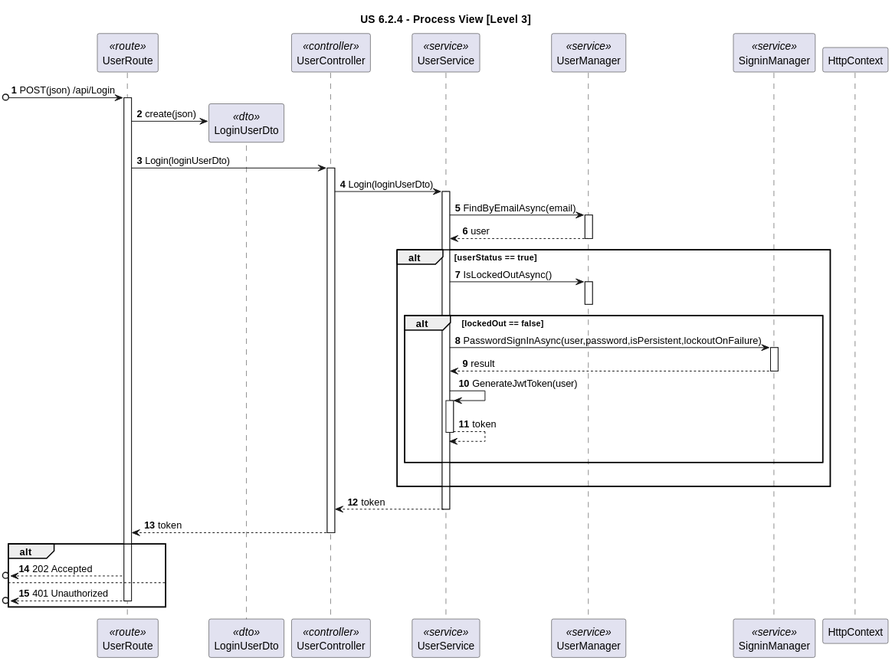
This is docs/sprint-2/1220683/us-6.2.4/Process_View/Level-3/us6.2.4-process-view-lvl3.svg from rita-barbosa/LAPR5-2425, a PlantUML export, as it was before one commit.
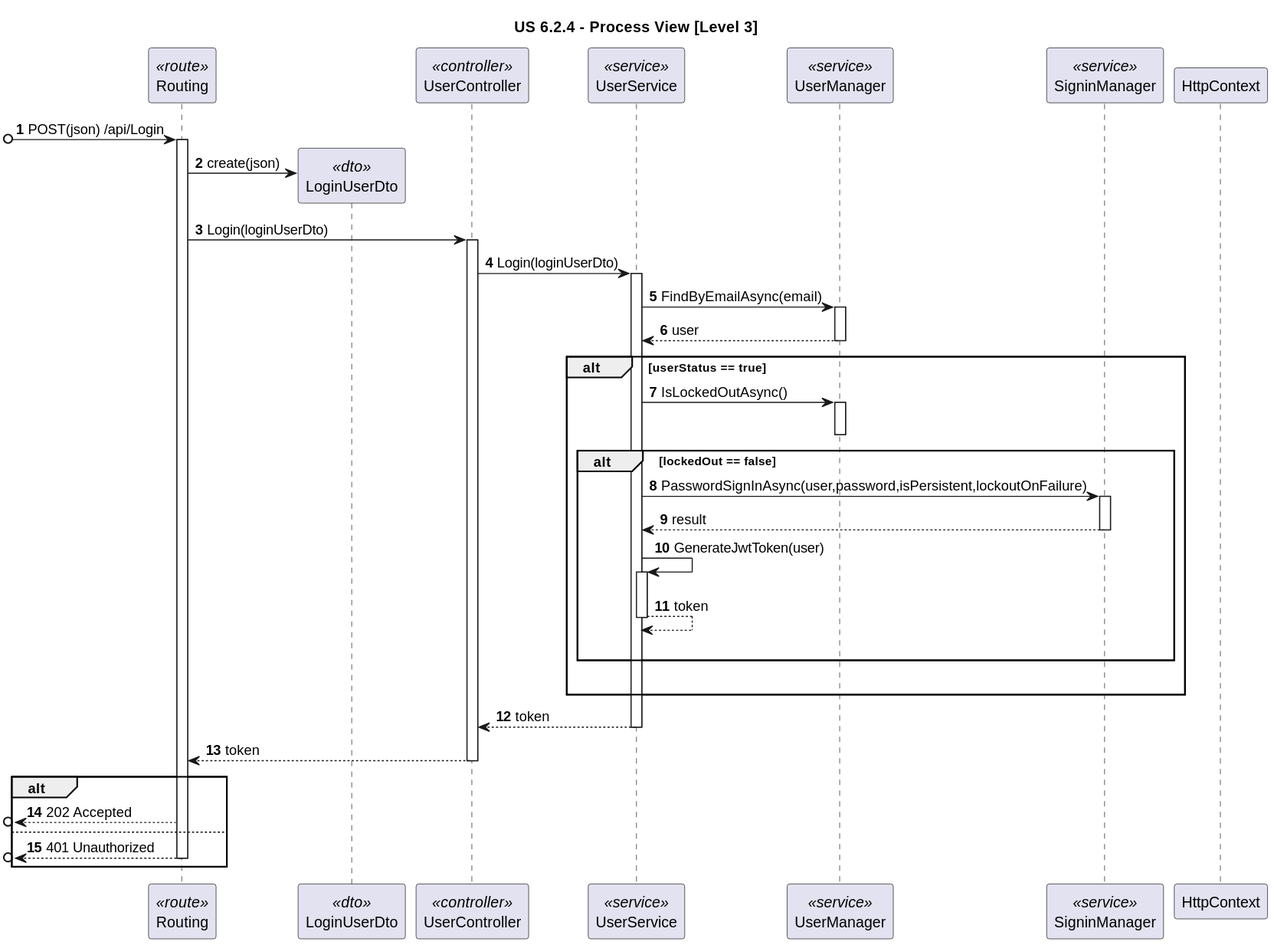
Above is the later version.

The edit, as a diff of the source:
```diff
@@ -2,7 +2,7 @@
 title "US 6.2.4 - Process View [Level 3]"
 
 autonumber
-participant "UserRoute" as ROUTE <<route>>
+participant "Routing" as ROUTE <<route>>
 participant "LoginUserDto" as DTO <<dto>>
 participant "UserController" as CTRL <<controller>>
 participant "UserService" as SVC <<service>>
```
